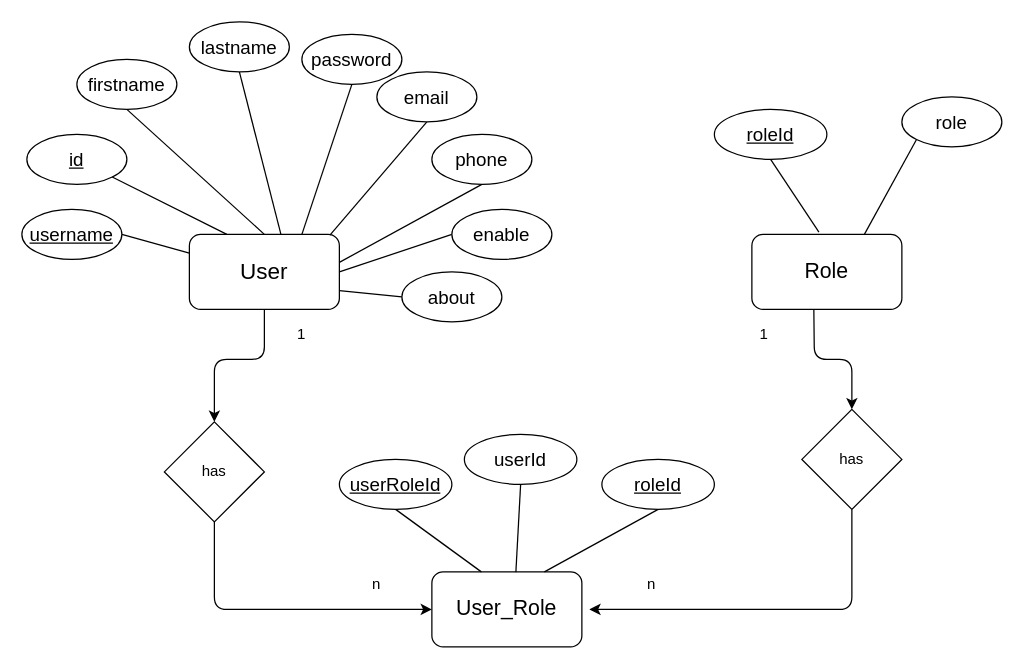
This is user.drawio from shubhkpatel/exam_portal, a draw.io file, before an edit. Source tidied: cells renumbered, new cells numbered last; positions are measured from the earlier drawing's top-left corner, leaving out a move shared by most shapes. Both pictures are drawn from the tidied source at 125%, with x=0, y=0 at pixel (21, 21).
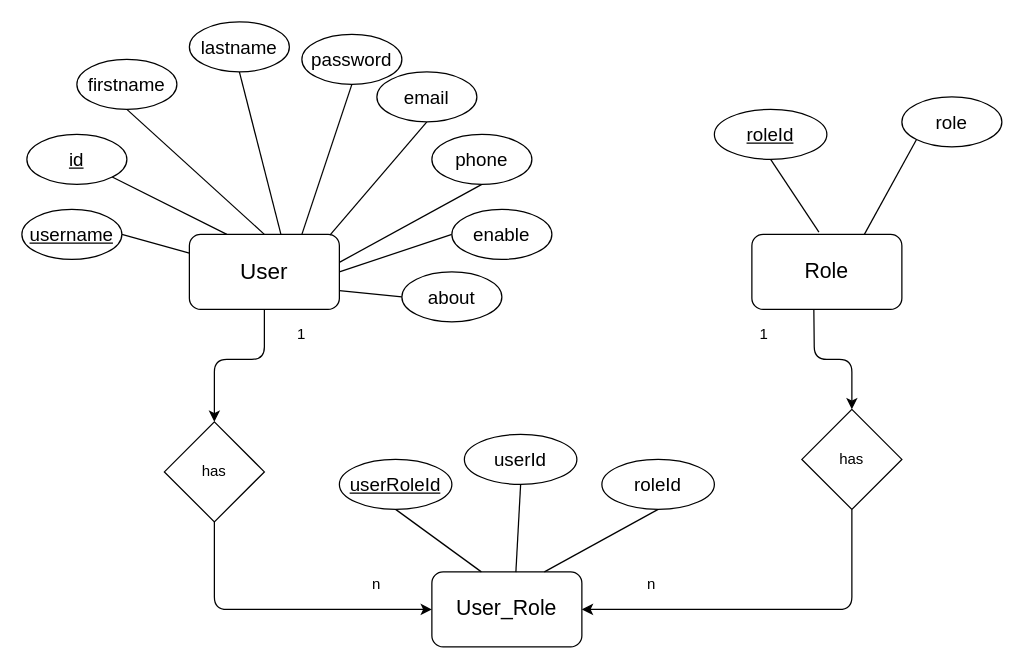
After the change.

Commit message (it also covers changes not shown here):
Created User, Role & UserRole Entities and Linked them as ManyToMany Relationship between User and Role

Unchanged cells that the change refers to:
```xml
<mxCell id="27" value="&lt;font style=&quot;font-size: 17px&quot;&gt;User_Role&lt;/font&gt;" style="rounded=1;whiteSpace=wrap;html=1;" parent="1" vertex="1">
  <mxGeometry x="328" y="440" width="120" height="60" as="geometry" />
</mxCell>
<mxCell id="35" value="has" style="rhombus;whiteSpace=wrap;html=1;" parent="1" vertex="1">
  <mxGeometry x="624" y="310" width="80" height="80" as="geometry" />
</mxCell>
```

What changed in the source:
```diff
@@
-    <mxCell id="33" value="&lt;span style=&quot;font-size: 15px&quot;&gt;&lt;u&gt;roleId&lt;/u&gt;&lt;/span&gt;" style="ellipse;whiteSpace=wrap;html=1;" parent="1" vertex="1">
+    <mxCell id="33" value="&lt;span style=&quot;font-size: 15px&quot;&gt;roleId&lt;/span&gt;" style="ellipse;whiteSpace=wrap;html=1;" parent="1" vertex="1">
       <mxGeometry x="464" y="350" width="90" height="40" as="geometry" />
     </mxCell>
@@
-    <mxCell id="38" style="endArrow=classic;html=1;exitX=0.5;exitY=1;exitDx=0;exitDy=0;" parent="1" edge="1" source="35">
+    <mxCell id="38" style="endArrow=classic;html=1;exitX=0.5;exitY=1;exitDx=0;exitDy=0;entryX=1;entryY=0.5;entryDx=0;entryDy=0;" parent="1" edge="1" source="35" target="27">
       <mxGeometry relative="1" as="geometry">
-        <mxPoint x="454" y="470" as="targetPoint" />
         <Array as="points">
           <mxPoint x="664" y="470" />
         </Array>
       </mxGeometry>
     </mxCell>
```
